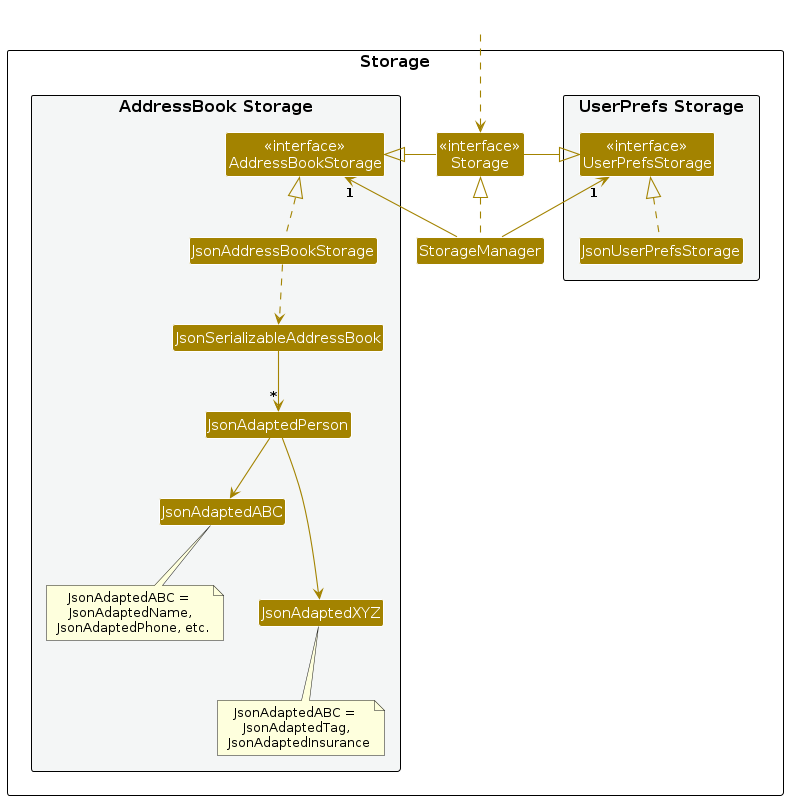
This is diagrams/StorageClassDiagram.png from yucongkoo/tp, a PlantUML export, as it was before one commit. Its source is kept beside it as diagrams/StorageClassDiagram.puml.
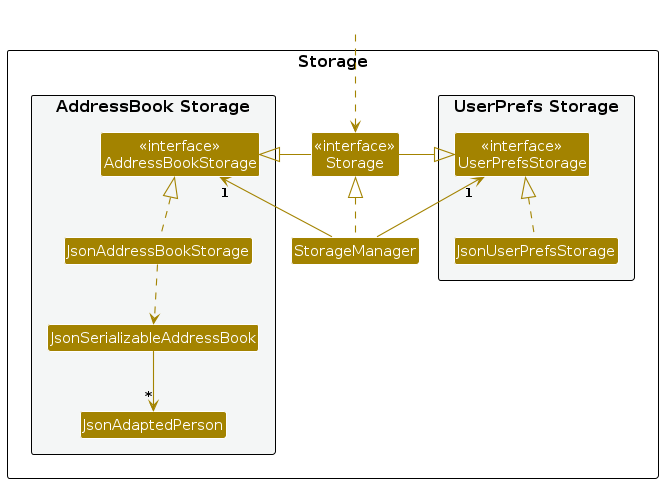
The same diagram one commit later.

The edit, as a diff of the source:
```diff
@@ -19,10 +19,6 @@
 Class JsonAddressBookStorage
 Class JsonSerializableAddressBook
 Class JsonAdaptedPerson
-Class JsonAdaptedABC
-note bottom : JsonAdaptedABC = \nJsonAdaptedName,\n JsonAdaptedPhone, etc.
-Class JsonAdaptedXYZ
-note bottom : JsonAdaptedABC = \nJsonAdaptedTag,\n JsonAdaptedInsurance
 
 }
 
@@ -42,8 +38,7 @@
 JsonAddressBookStorage .up.|> AddressBookStorage
 JsonAddressBookStorage ..> JsonSerializableAddressBook
 JsonSerializableAddressBook --> "*" JsonAdaptedPerson
-JsonAdaptedPerson -->  JsonAdaptedABC
-JsonAdaptedPerson --> JsonAdaptedXYZ
-JsonAdaptedABC -[hidden]-> JsonAdaptedXYZ
+
+
 
 @enduml
```
